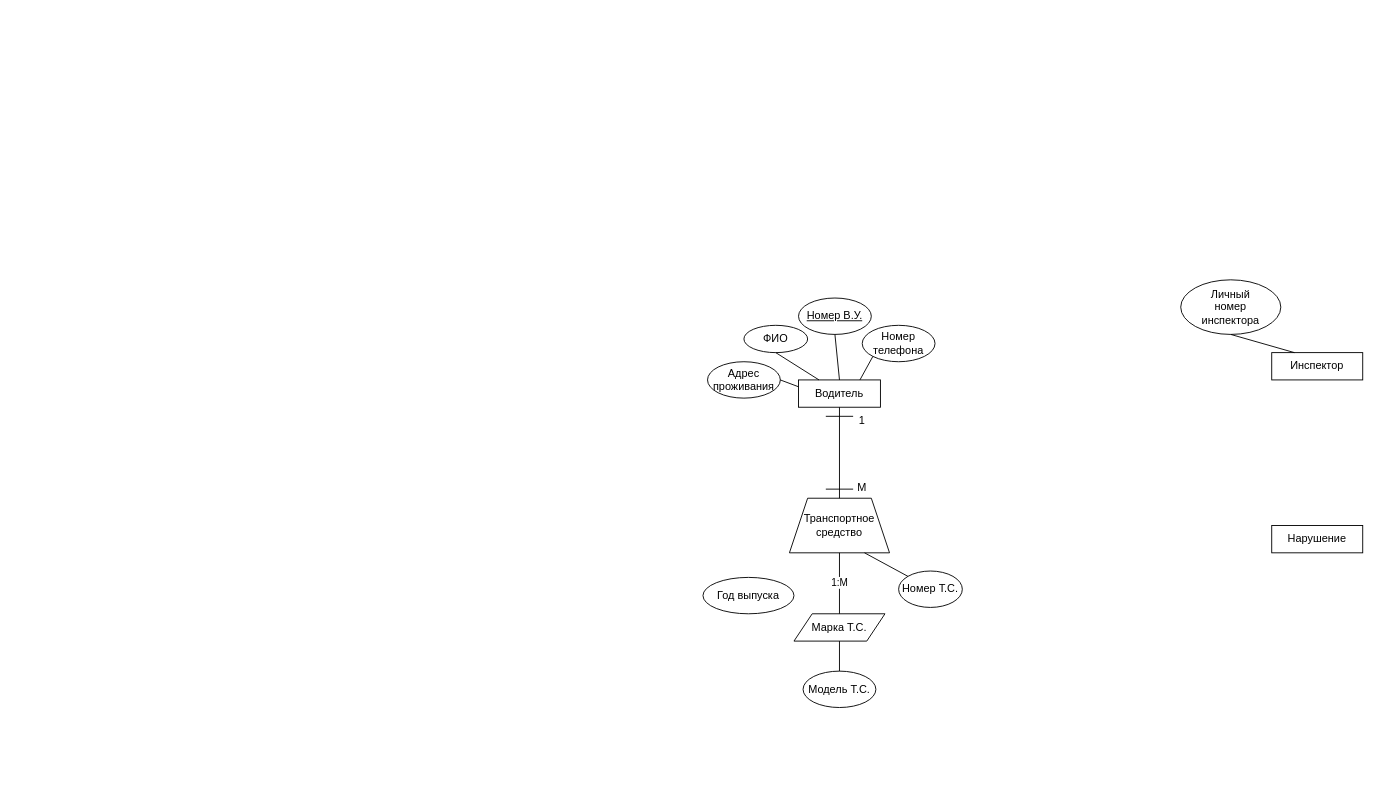
Before: Диаграмма без названия.drawio in GAIshnik02/dbLab2, a draw.io diagram. Source tidied: cells renumbered, new cells numbered last; positions are measured from the earlier drawing's top-left corner, leaving out a move shared by most shapes. Both pictures are drawn from the tidied source at 91%, with x=0, y=0 at pixel (703, 279).
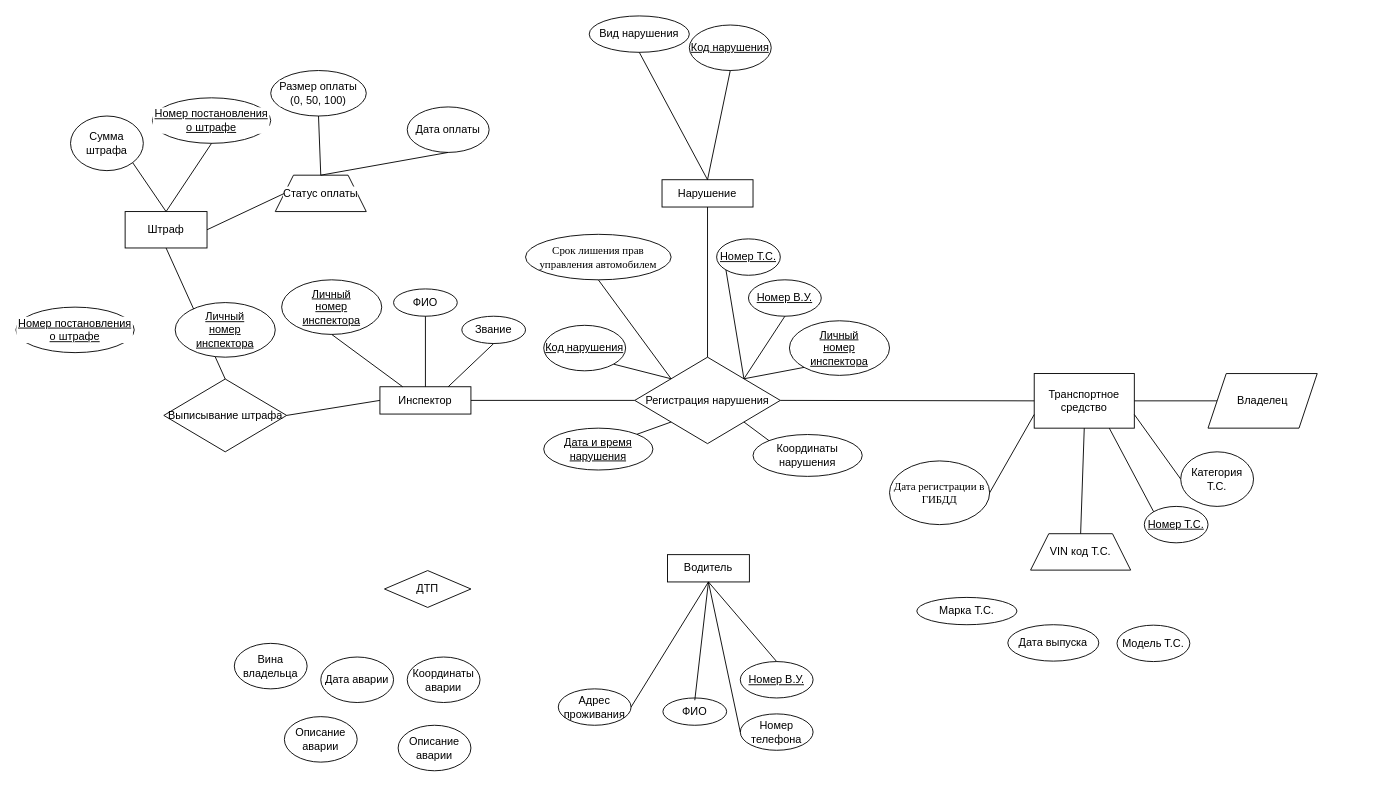
Above is the later version.

Diff of the diagram source:
```diff
@@
     <mxCell id="2" value="Инспектор" style="rounded=0;whiteSpace=wrap;html=1;" parent="1" vertex="1">
-      <mxGeometry x="625" y="80" width="100" height="30" as="geometry" />
+      <mxGeometry x="-355" y="117.5" width="100" height="30" as="geometry" />
     </mxCell>
     <mxCell id="3" value="Водитель" style="rounded=0;whiteSpace=wrap;html=1;" parent="1" vertex="1">
-      <mxGeometry x="105" y="110" width="90" height="30" as="geometry" />
+      <mxGeometry x="-39" y="302" width="90" height="30" as="geometry" />
     </mxCell>
     <mxCell id="4" value="ФИО" style="ellipse;whiteSpace=wrap;html=1;" parent="1" vertex="1">
-      <mxGeometry x="45" y="50" width="70" height="30" as="geometry" />
+      <mxGeometry x="-44" y="459.5" width="70" height="30" as="geometry" />
     </mxCell>
-    <mxCell id="5" style="endArrow=none;html=1;rounded=0;exitX=0.25;exitY=0;exitDx=0;exitDy=0;entryX=0.5;entryY=1;entryDx=0;entryDy=0;" parent="1" edge="1" source="3" target="4">
-      <mxGeometry relative="1" as="geometry" />
+    <mxCell id="5" style="endArrow=none;html=1;rounded=0;exitX=0.5;exitY=1;exitDx=0;exitDy=0;" parent="1" edge="1" source="3">
+      <mxGeometry relative="1" as="geometry">
+        <mxPoint x="-9" y="462" as="targetPoint" />
+      </mxGeometry>
     </mxCell>
     <mxCell id="6" value="Номер В.У." style="ellipse;whiteSpace=wrap;html=1;fontStyle=4;" parent="1" vertex="1">
-      <mxGeometry x="105" y="20" width="80" height="40" as="geometry" />
+      <mxGeometry x="41" y="419.5" width="80" height="40" as="geometry" />
     </mxCell>
-    <mxCell id="7" style="endArrow=none;html=1;rounded=0;exitX=0.5;exitY=0;exitDx=0;exitDy=0;entryX=0.5;entryY=1;entryDx=0;entryDy=0;" parent="1" edge="1" source="3" target="6">
-      <mxGeometry relative="1" as="geometry" />
+    <mxCell id="7" style="endArrow=none;html=1;rounded=0;entryX=0.5;entryY=0;entryDx=0;entryDy=0;" parent="1" edge="1" target="6">
+      <mxGeometry relative="1" as="geometry">
+        <mxPoint x="6" y="332" as="sourcePoint" />
+      </mxGeometry>
     </mxCell>
     <mxCell id="8" value="Номер телефона" style="ellipse;whiteSpace=wrap;html=1;" parent="1" vertex="1">
-      <mxGeometry x="175" y="50" width="80" height="40" as="geometry" />
+      <mxGeometry x="41" y="477" width="80" height="40" as="geometry" />
     </mxCell>
-    <mxCell id="9" style="endArrow=none;html=1;rounded=0;entryX=0;entryY=1;entryDx=0;entryDy=0;exitX=0.75;exitY=0;exitDx=0;exitDy=0;" parent="1" edge="1" source="3" target="8">
+    <mxCell id="9" style="endArrow=none;html=1;rounded=0;entryX=0;entryY=0.5;entryDx=0;entryDy=0;exitX=0.5;exitY=1;exitDx=0;exitDy=0;" parent="1" edge="1" source="3" target="8">
       <mxGeometry relative="1" as="geometry" />
     </mxCell>
     <mxCell id="10" value="Адрес проживания" style="ellipse;whiteSpace=wrap;html=1;" parent="1" vertex="1">
-      <mxGeometry x="5" y="90" width="80" height="40" as="geometry" />
+      <mxGeometry x="-159" y="449.5" width="80" height="40" as="geometry" />
     </mxCell>
-    <mxCell id="11" style="endArrow=none;html=1;rounded=0;exitX=1;exitY=0.5;exitDx=0;exitDy=0;entryX=0;entryY=0.25;entryDx=0;entryDy=0;" parent="1" edge="1" source="10" target="3">
+    <mxCell id="11" style="endArrow=none;html=1;rounded=0;exitX=1;exitY=0.5;exitDx=0;exitDy=0;entryX=0.5;entryY=1;entryDx=0;entryDy=0;" parent="1" edge="1" source="10" target="3">
       <mxGeometry relative="1" as="geometry" />
     </mxCell>
     <mxCell id="12" value="Нарушение" style="rounded=0;whiteSpace=wrap;html=1;" parent="1" vertex="1">
-      <mxGeometry x="625" y="270" width="100" height="30" as="geometry" />
+      <mxGeometry x="-45" y="-110" width="100" height="30" as="geometry" />
     </mxCell>
-    <mxCell id="13" value="Личный&lt;div&gt;номер&lt;/div&gt;&lt;div&gt;инспектора&lt;/div&gt;" style="ellipse;whiteSpace=wrap;html=1;" parent="1" vertex="1">
-      <mxGeometry x="525" width="110" height="60" as="geometry" />
+    <mxCell id="13" value="&lt;u&gt;Личный&lt;/u&gt;&lt;div&gt;&lt;u&gt;номер&lt;/u&gt;&lt;/div&gt;&lt;div&gt;&lt;u&gt;инспектора&lt;/u&gt;&lt;/div&gt;" style="ellipse;whiteSpace=wrap;html=1;" parent="1" vertex="1">
+      <mxGeometry x="-463" width="110" height="60" as="geometry" />
     </mxCell>
@@
-    <mxCell id="15" value="Транспортное&lt;div&gt;средство&lt;/div&gt;" style="shape=trapezoid;perimeter=trapezoidPerimeter;whiteSpace=wrap;html=1;fixedSize=1;" parent="1" vertex="1">
-      <mxGeometry x="95" y="240" width="110" height="60" as="geometry" />
+    <mxCell id="15" value="Транспортное&lt;div&gt;средство&lt;/div&gt;" style="rounded=0;whiteSpace=wrap;html=1;" parent="1" vertex="1">
+      <mxGeometry x="364" y="103" width="110" height="60" as="geometry" />
     </mxCell>
-    <mxCell id="16" style="endArrow=none;html=1;rounded=0;entryX=0.5;entryY=1;entryDx=0;entryDy=0;exitX=0.5;exitY=0;exitDx=0;exitDy=0;" parent="1" edge="1" source="15" target="3">
-      <mxGeometry relative="1" as="geometry" />
-    </mxCell>
-    <mxCell id="17" style="endArrow=none;html=1;rounded=0;" parent="1" edge="1">
-      <mxGeometry relative="1" as="geometry">
-        <mxPoint x="135" y="230" as="sourcePoint" />
-        <mxPoint x="165" y="230" as="targetPoint" />
-      </mxGeometry>
-    </mxCell>
-    <mxCell id="18" style="endArrow=none;html=1;rounded=0;" parent="1" edge="1">
-      <mxGeometry relative="1" as="geometry">
-        <mxPoint x="135" y="150" as="sourcePoint" />
-        <mxPoint x="165" y="150" as="targetPoint" />
-      </mxGeometry>
-    </mxCell>
-    <mxCell id="19" value="1" style="text;strokeColor=none;align=center;fillColor=none;html=1;verticalAlign=middle;whiteSpace=wrap;rounded=0;" parent="1" vertex="1">
-      <mxGeometry x="145" y="140" width="60" height="30" as="geometry" />
-    </mxCell>
-    <mxCell id="20" value="M" style="text;strokeColor=none;align=center;fillColor=none;html=1;verticalAlign=middle;whiteSpace=wrap;rounded=0;" parent="1" vertex="1">
-      <mxGeometry x="145" y="214" width="60" height="30" as="geometry" />
-    </mxCell>
-    <mxCell id="21" value="Номер Т.С." style="ellipse;whiteSpace=wrap;html=1;" parent="1" vertex="1">
-      <mxGeometry x="215" y="320" width="70" height="40" as="geometry" />
+    <mxCell id="21" value="Номер Т.С." style="ellipse;whiteSpace=wrap;html=1;fontStyle=4;" parent="1" vertex="1">
+      <mxGeometry x="485" y="249" width="70" height="40" as="geometry" />
     </mxCell>
     <mxCell id="22" value="Модель Т.С." style="ellipse;whiteSpace=wrap;html=1;" parent="1" vertex="1">
-      <mxGeometry x="110" y="430" width="80" height="40" as="geometry" />
+      <mxGeometry x="455" y="379.5" width="80" height="40" as="geometry" />
     </mxCell>
@@
+    <mxCell id="27" value="Дата выпуска" style="ellipse;whiteSpace=wrap;html=1;" parent="1" vertex="1">
+      <mxGeometry x="335" y="379" width="100" height="40" as="geometry" />
+    </mxCell>
+    <mxCell id="28" value="&#10;&lt;b style=&quot;font-weight: normal; font-size: 12px;&quot; id=&quot;docs-internal-guid-81faf70e-7fff-be24-3cce-21bf5d25a622&quot;&gt;&lt;span style=&quot;font-size: 12px; font-family: &amp;quot;Times New Roman&amp;quot;, serif; background-color: transparent; font-weight: 400; font-style: normal; font-variant: normal; text-decoration: none; vertical-align: baseline; white-space: pre-wrap;&quot;&gt;Дата регистрации в ГИБДД&lt;/span&gt;&lt;/b&gt;&#10;&#10;" style="ellipse;whiteSpace=wrap;html=1;fontColor=#000000;fontSize=12;verticalAlign=top;" parent="1" vertex="1">
+      <mxGeometry x="205" y="199" width="110" height="70" as="geometry" />
+    </mxCell>
+    <mxCell id="29" style="endArrow=none;html=1;rounded=0;exitX=1;exitY=0.5;exitDx=0;exitDy=0;entryX=0;entryY=0.75;entryDx=0;entryDy=0;" parent="1" edge="1" source="28" target="15">
+      <mxGeometry relative="1" as="geometry" />
+    </mxCell>
+    <mxCell id="30" value="&lt;b style=&quot;font-weight: normal; font-size: 12px;&quot; id=&quot;docs-internal-guid-deb80641-7fff-4cc3-0323-eca9b664dfb7&quot;&gt;&lt;span style=&quot;font-size: 12px; font-family: &amp;quot;Times New Roman&amp;quot;, serif; background-color: transparent; font-weight: 400; font-style: normal; font-variant: normal; text-decoration: none; vertical-align: baseline; white-space: pre-wrap;&quot;&gt;Срок лишения прав управления автомобилем&lt;/span&gt;&lt;/b&gt;" style="ellipse;whiteSpace=wrap;html=1;fontColor=default;verticalAlign=middle;fontSize=12;" parent="1" vertex="1">
+      <mxGeometry x="-195" y="-50" width="160" height="50" as="geometry" />
+    </mxCell>
+    <mxCell id="31" style="endArrow=none;html=1;rounded=0;exitX=0;exitY=0;exitDx=0;exitDy=0;entryX=0.5;entryY=1;entryDx=0;entryDy=0;" parent="1" edge="1" source="32" target="30">
+      <mxGeometry relative="1" as="geometry" />
+    </mxCell>
+    <mxCell id="32" value="Регистрация нарушения" style="rhombus;whiteSpace=wrap;html=1;" parent="1" vertex="1">
+      <mxGeometry x="-75" y="85" width="160" height="95" as="geometry" />
+    </mxCell>
+    <mxCell id="33" style="endArrow=none;html=1;rounded=0;exitX=1;exitY=0.75;exitDx=0;exitDy=0;entryX=0;entryY=0.5;entryDx=0;entryDy=0;" parent="1" edge="1" source="15" target="34">
+      <mxGeometry relative="1" as="geometry" />
+    </mxCell>
+    <mxCell id="34" value="Категория Т.С." style="ellipse;whiteSpace=wrap;html=1;" parent="1" vertex="1">
+      <mxGeometry x="525" y="189" width="80" height="60" as="geometry" />
+    </mxCell>
+    <mxCell id="35" value="VIN код Т.С." style="shape=trapezoid;perimeter=trapezoidPerimeter;whiteSpace=wrap;html=1;fixedSize=1;" parent="1" vertex="1">
+      <mxGeometry x="360" y="279" width="110" height="40" as="geometry" />
+    </mxCell>
-    <mxCell id="24" value="Марка Т.С." style="shape=parallelogram;perimeter=parallelogramPerimeter;whiteSpace=wrap;html=1;fixedSize=1;" parent="1" vertex="1">
-      <mxGeometry x="100" y="367" width="100" height="30" as="geometry" />
+    <mxCell id="24" value="Марка Т.С." style="ellipse;whiteSpace=wrap;html=1;" parent="1" vertex="1">
+      <mxGeometry x="235" y="349" width="110" height="30" as="geometry" />
     </mxCell>
-    <mxCell id="25" value="1:M" style="endArrow=none;html=1;rounded=0;exitX=0.5;exitY=0;exitDx=0;exitDy=0;entryX=0.5;entryY=1;entryDx=0;entryDy=0;" parent="1" edge="1" source="24" target="15">
-      <mxGeometry relative="1" as="geometry" />
-    </mxCell>
-    <mxCell id="26" style="endArrow=none;html=1;rounded=0;exitX=0.5;exitY=0;exitDx=0;exitDy=0;entryX=0.5;entryY=1;entryDx=0;entryDy=0;" parent="1" edge="1" source="22" target="24">
-      <mxGeometry relative="1" as="geometry" />
-    </mxCell>
-    <mxCell id="27" value="Год выпуска" style="ellipse;whiteSpace=wrap;html=1;" parent="1" vertex="1">
-      <mxGeometry y="327" width="100" height="40" as="geometry" />
-    </mxCell>
+    <mxCell id="36" style="endArrow=none;html=1;rounded=0;exitX=0.5;exitY=0;exitDx=0;exitDy=0;entryX=0.5;entryY=1;entryDx=0;entryDy=0;" parent="1" edge="1" source="35" target="15">
+      <mxGeometry relative="1" as="geometry" />
+    </mxCell>
+    <mxCell id="37" value="Код нарушения" style="ellipse;whiteSpace=wrap;html=1;fontStyle=4;" parent="1" vertex="1">
+      <mxGeometry x="-15" y="-280" width="90" height="50" as="geometry" />
+    </mxCell>
+    <mxCell id="38" value="Вид нарушения" style="ellipse;whiteSpace=wrap;html=1;" parent="1" vertex="1">
+      <mxGeometry x="-125" y="-290" width="110" height="40" as="geometry" />
+    </mxCell>
+    <mxCell id="39" style="endArrow=none;html=1;rounded=0;exitX=0.5;exitY=0;exitDx=0;exitDy=0;entryX=0.5;entryY=1;entryDx=0;entryDy=0;" parent="1" edge="1" source="12" target="38">
+      <mxGeometry relative="1" as="geometry" />
+    </mxCell>
+    <mxCell id="40" style="endArrow=none;html=1;rounded=0;exitX=0.5;exitY=1;exitDx=0;exitDy=0;entryX=0.5;entryY=0;entryDx=0;entryDy=0;" parent="1" edge="1" source="37" target="12">
+      <mxGeometry relative="1" as="geometry" />
+    </mxCell>
+    <mxCell id="41" value="&lt;u&gt;Дата и время нарушения&lt;/u&gt;" style="ellipse;whiteSpace=wrap;html=1;" parent="1" vertex="1">
+      <mxGeometry x="-175" y="163" width="120" height="46" as="geometry" />
+    </mxCell>
+    <mxCell id="42" style="endArrow=none;html=1;rounded=0;exitX=1;exitY=0;exitDx=0;exitDy=0;entryX=0;entryY=1;entryDx=0;entryDy=0;" parent="1" edge="1" source="41" target="32">
+      <mxGeometry relative="1" as="geometry" />
+    </mxCell>
+    <mxCell id="43" value="Координаты нарушения" style="ellipse;whiteSpace=wrap;html=1;" parent="1" vertex="1">
+      <mxGeometry x="55" y="170" width="120" height="46" as="geometry" />
+    </mxCell>
+    <mxCell id="44" style="endArrow=none;html=1;rounded=0;exitX=0;exitY=0;exitDx=0;exitDy=0;entryX=1;entryY=1;entryDx=0;entryDy=0;" parent="1" edge="1" source="43" target="32">
+      <mxGeometry relative="1" as="geometry" />
+    </mxCell>
+    <mxCell id="45" value="Номер В.У." style="ellipse;whiteSpace=wrap;html=1;fontStyle=4;" parent="1" vertex="1">
+      <mxGeometry x="50" width="80" height="40" as="geometry" />
+    </mxCell>
+    <mxCell id="46" style="endArrow=none;html=1;rounded=0;entryX=0.5;entryY=1;entryDx=0;entryDy=0;exitX=1;exitY=0;exitDx=0;exitDy=0;" parent="1" edge="1" source="32" target="45">
+      <mxGeometry relative="1" as="geometry" />
+    </mxCell>
+    <mxCell id="47" value="Код нарушения" style="ellipse;whiteSpace=wrap;html=1;fontStyle=4;horizontal=1;strokeColor=default;" parent="1" vertex="1">
+      <mxGeometry x="-175" y="50" width="90" height="50" as="geometry" />
+    </mxCell>
+    <mxCell id="48" style="endArrow=none;html=1;rounded=0;exitX=1;exitY=1;exitDx=0;exitDy=0;entryX=0;entryY=0;entryDx=0;entryDy=0;" parent="1" edge="1" source="47" target="32">
+      <mxGeometry relative="1" as="geometry" />
+    </mxCell>
+    <mxCell id="49" style="endArrow=none;html=1;rounded=0;entryX=0.5;entryY=1;entryDx=0;entryDy=0;exitX=0.5;exitY=0;exitDx=0;exitDy=0;" parent="1" edge="1" source="32" target="12">
+      <mxGeometry relative="1" as="geometry" />
+    </mxCell>
+    <mxCell id="50" value="Размер оплаты&lt;div&gt;(0, 50, 100)&lt;/div&gt;" style="ellipse;whiteSpace=wrap;html=1;labelBackgroundColor=#FFFFFF;" parent="1" vertex="1">
+      <mxGeometry x="-475" y="-230" width="105" height="50" as="geometry" />
+    </mxCell>
+    <mxCell id="51" value="Статус оплаты" style="shape=trapezoid;perimeter=trapezoidPerimeter;whiteSpace=wrap;html=1;fixedSize=1;labelBackgroundColor=#FFFFFF;" parent="1" vertex="1">
+      <mxGeometry x="-470" y="-115" width="100" height="40" as="geometry" />
+    </mxCell>
+    <mxCell id="52" value="Дата оплаты" style="ellipse;whiteSpace=wrap;html=1;fontStyle=0;labelBackgroundColor=#FFFFFF;" parent="1" vertex="1">
+      <mxGeometry x="-325" y="-190" width="90" height="50" as="geometry" />
+    </mxCell>
+    <mxCell id="53" value="Номер постановления о штрафе" style="ellipse;whiteSpace=wrap;html=1;fontStyle=4;labelBackgroundColor=#FFFFFF;" parent="1" vertex="1">
+      <mxGeometry x="-605" y="-200" width="130" height="50" as="geometry" />
+    </mxCell>
+    <mxCell id="54" style="endArrow=none;html=1;rounded=0;entryX=0.5;entryY=1;entryDx=0;entryDy=0;exitX=0.5;exitY=0;exitDx=0;exitDy=0;labelBackgroundColor=#FFFF66;" parent="1" edge="1" source="66" target="53">
+      <mxGeometry relative="1" as="geometry" />
+    </mxCell>
+    <mxCell id="55" style="endArrow=none;html=1;rounded=0;exitX=0.5;exitY=1;exitDx=0;exitDy=0;entryX=0.5;entryY=0;entryDx=0;entryDy=0;labelBackgroundColor=#FFFFFF;" parent="1" edge="1" source="52" target="51">
+      <mxGeometry relative="1" as="geometry" />
+    </mxCell>
+    <mxCell id="56" style="endArrow=none;html=1;rounded=0;exitX=0.5;exitY=1;exitDx=0;exitDy=0;entryX=0.5;entryY=0;entryDx=0;entryDy=0;labelBackgroundColor=#FFFFFF;" parent="1" edge="1" source="50" target="51">
+      <mxGeometry relative="1" as="geometry" />
+    </mxCell>
+    <mxCell id="57" value="&lt;u&gt;Личный&lt;/u&gt;&lt;div&gt;&lt;u&gt;номер&lt;/u&gt;&lt;/div&gt;&lt;div&gt;&lt;u&gt;инспектора&lt;/u&gt;&lt;/div&gt;" style="ellipse;whiteSpace=wrap;html=1;" parent="1" vertex="1">
+      <mxGeometry x="95" y="45" width="110" height="60" as="geometry" />
+    </mxCell>
+    <mxCell id="58" style="endArrow=none;html=1;rounded=0;entryX=0;entryY=1;entryDx=0;entryDy=0;exitX=1;exitY=0;exitDx=0;exitDy=0;" parent="1" edge="1" source="32" target="57">
+      <mxGeometry relative="1" as="geometry" />
+    </mxCell>
+    <mxCell id="59" value="Номер Т.С." style="ellipse;whiteSpace=wrap;html=1;fontStyle=4;" parent="1" vertex="1">
+      <mxGeometry x="15" y="-45" width="70" height="40" as="geometry" />
+    </mxCell>
+    <mxCell id="60" style="endArrow=none;html=1;rounded=0;entryX=0;entryY=1;entryDx=0;entryDy=0;exitX=1;exitY=0;exitDx=0;exitDy=0;" parent="1" edge="1" source="32" target="59">
+      <mxGeometry relative="1" as="geometry" />
+    </mxCell>
+    <mxCell id="61" style="endArrow=none;html=1;rounded=0;exitX=1;exitY=0.5;exitDx=0;exitDy=0;entryX=0;entryY=0.5;entryDx=0;entryDy=0;" parent="1" edge="1" source="2" target="32">
+      <mxGeometry relative="1" as="geometry" />
+    </mxCell>
+    <mxCell id="62" value="ФИО" style="ellipse;whiteSpace=wrap;html=1;" parent="1" vertex="1">
+      <mxGeometry x="-340" y="10" width="70" height="30" as="geometry" />
+    </mxCell>
+    <mxCell id="63" value="Звание" style="ellipse;whiteSpace=wrap;html=1;" parent="1" vertex="1">
+      <mxGeometry x="-265" y="40" width="70" height="30" as="geometry" />
+    </mxCell>
+    <mxCell id="64" style="endArrow=none;html=1;rounded=0;exitX=0.5;exitY=0;exitDx=0;exitDy=0;entryX=0.5;entryY=1;entryDx=0;entryDy=0;" parent="1" edge="1" source="2" target="62">
+      <mxGeometry relative="1" as="geometry" />
+    </mxCell>
+    <mxCell id="65" style="endArrow=none;html=1;rounded=0;exitX=0.75;exitY=0;exitDx=0;exitDy=0;entryX=0.5;entryY=1;entryDx=0;entryDy=0;" parent="1" edge="1" source="2" target="63">
+      <mxGeometry relative="1" as="geometry" />
+    </mxCell>
+    <mxCell id="66" value="Штраф" style="rounded=0;whiteSpace=wrap;html=1;" parent="1" vertex="1">
+      <mxGeometry x="-635" y="-75" width="90" height="40" as="geometry" />
+    </mxCell>
+    <mxCell id="67" value="Выписывание штрафа" style="rhombus;whiteSpace=wrap;html=1;" parent="1" vertex="1">
+      <mxGeometry x="-592.5" y="109" width="135" height="80" as="geometry" />
+    </mxCell>
+    <mxCell id="68" style="endArrow=none;html=1;rounded=0;entryX=0;entryY=0.5;entryDx=0;entryDy=0;exitX=1;exitY=0.5;exitDx=0;exitDy=0;" parent="1" edge="1" source="15" target="69">
+      <mxGeometry relative="1" as="geometry" />
+    </mxCell>
+    <mxCell id="69" value="Владелец" style="shape=parallelogram;perimeter=parallelogramPerimeter;whiteSpace=wrap;html=1;fixedSize=1;" parent="1" vertex="1">
+      <mxGeometry x="555" y="103" width="120" height="60" as="geometry" />
+    </mxCell>
+    <mxCell id="70" style="endArrow=none;html=1;rounded=0;exitX=1;exitY=0.5;exitDx=0;exitDy=0;entryX=0;entryY=0.5;entryDx=0;entryDy=0;" parent="1" edge="1" source="32" target="15">
+      <mxGeometry relative="1" as="geometry" />
+    </mxCell>
+    <mxCell id="71" value="Сумма штрафа" style="ellipse;whiteSpace=wrap;html=1;" parent="1" vertex="1">
+      <mxGeometry x="-695" y="-180" width="80" height="60" as="geometry" />
+    </mxCell>
+    <mxCell id="72" style="endArrow=none;html=1;rounded=0;exitX=0.5;exitY=0;exitDx=0;exitDy=0;entryX=1;entryY=1;entryDx=0;entryDy=0;" parent="1" edge="1" source="66" target="71">
+      <mxGeometry relative="1" as="geometry" />
+    </mxCell>
+    <mxCell id="73" style="endArrow=none;html=1;rounded=0;exitX=0;exitY=0.5;exitDx=0;exitDy=0;entryX=1;entryY=0.5;entryDx=0;entryDy=0;" parent="1" edge="1" source="2" target="67">
+      <mxGeometry relative="1" as="geometry" />
+    </mxCell>
+    <mxCell id="74" style="endArrow=none;html=1;rounded=0;exitX=0.5;exitY=0;exitDx=0;exitDy=0;entryX=0.5;entryY=1;entryDx=0;entryDy=0;" parent="1" edge="1" source="67" target="66">
+      <mxGeometry relative="1" as="geometry" />
+    </mxCell>
+    <mxCell id="75" style="endArrow=none;html=1;rounded=0;exitX=1;exitY=0.5;exitDx=0;exitDy=0;entryX=0;entryY=0.5;entryDx=0;entryDy=0;" parent="1" edge="1" source="66" target="51">
+      <mxGeometry relative="1" as="geometry" />
+    </mxCell>
+    <mxCell id="76" value="&lt;u&gt;Личный&lt;/u&gt;&lt;div&gt;&lt;u&gt;номер&lt;/u&gt;&lt;/div&gt;&lt;div&gt;&lt;u&gt;инспектора&lt;/u&gt;&lt;/div&gt;" style="ellipse;whiteSpace=wrap;html=1;" parent="1" vertex="1">
+      <mxGeometry x="-580" y="25" width="110" height="60" as="geometry" />
+    </mxCell>
+    <mxCell id="77" value="Номер постановления о штрафе" style="ellipse;whiteSpace=wrap;html=1;fontStyle=4;labelBackgroundColor=#FFFFFF;" parent="1" vertex="1">
+      <mxGeometry x="-755" y="30" width="130" height="50" as="geometry" />
+    </mxCell>
+    <mxCell id="78" value="ДТП" style="rhombus;whiteSpace=wrap;html=1;" parent="1" vertex="1">
+      <mxGeometry x="-350" y="319.5" width="95" height="40.5" as="geometry" />
+    </mxCell>
+    <mxCell id="79" value="Координаты аварии" style="ellipse;whiteSpace=wrap;html=1;" parent="1" vertex="1">
+      <mxGeometry x="-325" y="414.5" width="80" height="50" as="geometry" />
+    </mxCell>
+    <mxCell id="80" value="Дата аварии" style="ellipse;whiteSpace=wrap;html=1;" parent="1" vertex="1">
+      <mxGeometry x="-420" y="414.5" width="80" height="50" as="geometry" />
+    </mxCell>
+    <mxCell id="81" value="Вина владельца" style="ellipse;whiteSpace=wrap;html=1;" parent="1" vertex="1">
+      <mxGeometry x="-515" y="399.5" width="80" height="50" as="geometry" />
+    </mxCell>
+    <mxCell id="82" value="Описание аварии" style="ellipse;whiteSpace=wrap;html=1;" parent="1" vertex="1">
+      <mxGeometry x="-460" y="480" width="80" height="50" as="geometry" />
+    </mxCell>
+    <mxCell id="83" value="Описание аварии" style="ellipse;whiteSpace=wrap;html=1;" parent="1" vertex="1">
+      <mxGeometry x="-335" y="489.5" width="80" height="50" as="geometry" />
+    </mxCell>
```
